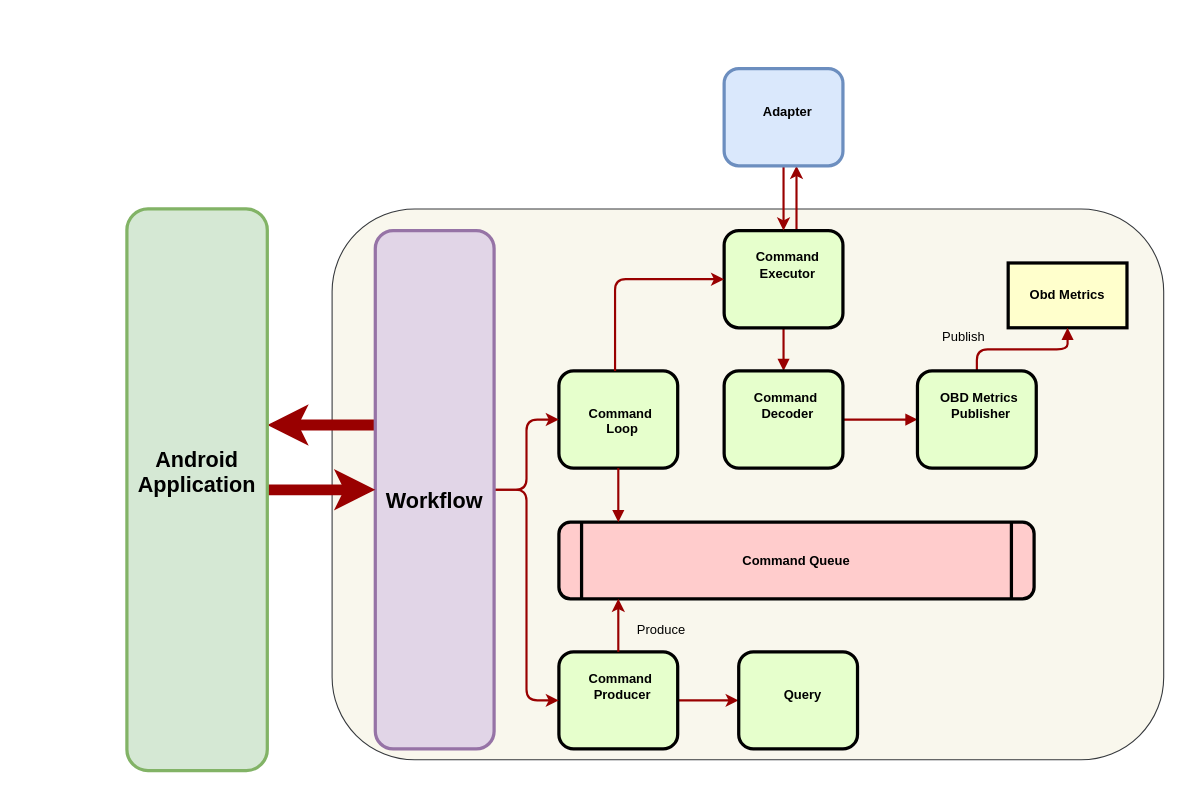
Before: src/main/resources/highlevel.drawio in tzebrowski/ObdMetrics, a draw.io diagram. Source tidied: cells renumbered, new cells numbered last; positions are measured from the earlier drawing's top-left corner, leaving out a move shared by most shapes. Both pictures are drawn from the tidied source at 108%, with x=0, y=0 at pixel (126, 68).
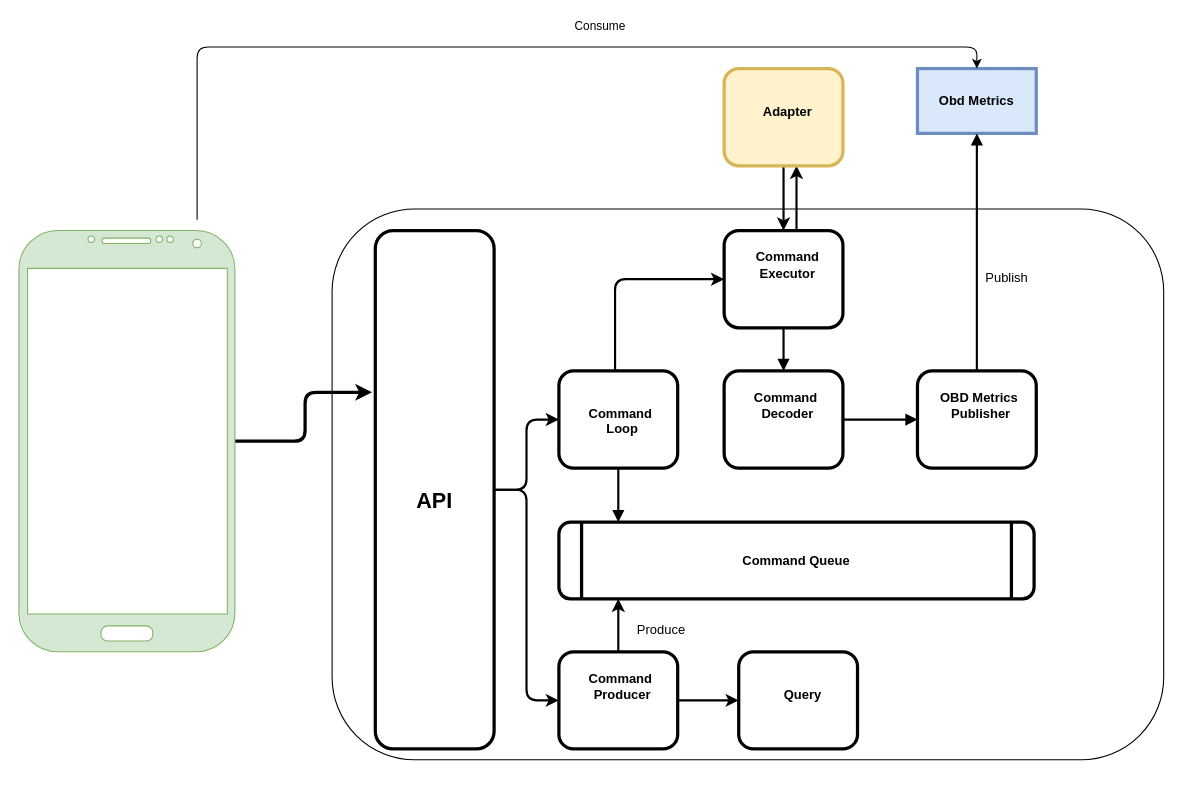
Above is the later version.

Change to the diagram source:
```diff
@@
-<mxGraphModel background="#ffffff">
+<mxGraphModel>
@@
-    <mxCell id="2" style="rounded=1;whiteSpace=wrap;html=1;align=center;fillColor=#f9f7ed;strokeColor=#36393d;" parent="1" vertex="1">
+    <mxCell id="2" style="rounded=1;whiteSpace=wrap;html=1;align=center;" parent="1" vertex="1">
       <mxGeometry x="190" y="130" width="770" height="510" as="geometry" />
     </mxCell>
-    <mxCell id="3" value="Obd Metrics" style="whiteSpace=wrap;align=center;verticalAlign=middle;fontStyle=1;strokeWidth=3;fillColor=#FFFFCC;" parent="1" vertex="1">
-      <mxGeometry x="816" y="180" width="110" height="60" as="geometry" />
+    <mxCell id="3" value="Obd Metrics" style="whiteSpace=wrap;align=center;verticalAlign=middle;fontStyle=1;strokeWidth=3;fillColor=#dae8fc;strokeColor=#6c8ebf;" parent="1" vertex="1">
+      <mxGeometry x="732" width="110" height="60" as="geometry" />
     </mxCell>
-    <mxCell id="4" value="Command Queue" style="shape=process;whiteSpace=wrap;align=center;verticalAlign=middle;size=0.0475;fontStyle=1;strokeWidth=3;fillColor=#FFCCCC;rounded=1;" parent="1" vertex="1">
+    <mxCell id="4" value="Command Queue" style="shape=process;whiteSpace=wrap;align=center;verticalAlign=middle;size=0.0475;fontStyle=1;strokeWidth=3;rounded=1;" parent="1" vertex="1">
       <mxGeometry x="400" y="420" width="440" height="71" as="geometry" />
     </mxCell>
-    <mxCell id="5" value="&lt;p style=&quot;margin: 0px ; margin-top: 4px ; text-align: center ; text-decoration: underline&quot;&gt;&lt;/p&gt;&lt;p style=&quot;margin: 0px ; margin-left: 8px&quot;&gt;&lt;br&gt;&lt;/p&gt;&lt;p style=&quot;margin: 0px ; margin-left: 8px&quot;&gt;&lt;br&gt;&lt;/p&gt;&lt;p style=&quot;margin: 0px ; margin-left: 8px&quot;&gt;Command&amp;nbsp;&lt;/p&gt;&lt;p style=&quot;margin: 0px ; margin-left: 8px&quot;&gt;Loop&lt;/p&gt;" style="verticalAlign=middle;align=center;overflow=fill;fontSize=12;fontFamily=Helvetica;html=1;rounded=1;fontStyle=1;strokeWidth=3;fillColor=#E6FFCC;" parent="1" vertex="1">
+    <mxCell id="5" value="&lt;p style=&quot;margin: 0px ; margin-top: 4px ; text-align: center ; text-decoration: underline&quot;&gt;&lt;/p&gt;&lt;p style=&quot;margin: 0px ; margin-left: 8px&quot;&gt;&lt;br&gt;&lt;/p&gt;&lt;p style=&quot;margin: 0px ; margin-left: 8px&quot;&gt;&lt;br&gt;&lt;/p&gt;&lt;p style=&quot;margin: 0px ; margin-left: 8px&quot;&gt;Command&amp;nbsp;&lt;/p&gt;&lt;p style=&quot;margin: 0px ; margin-left: 8px&quot;&gt;Loop&lt;/p&gt;" style="verticalAlign=middle;align=center;overflow=fill;fontSize=12;fontFamily=Helvetica;html=1;rounded=1;fontStyle=1;strokeWidth=3;" parent="1" vertex="1">
       <mxGeometry x="400" y="280" width="110" height="90" as="geometry" />
     </mxCell>
-    <mxCell id="6" style="edgeStyle=orthogonalEdgeStyle;rounded=1;jettySize=auto;html=1;strokeColor=#990000;strokeWidth=2;" parent="1" edge="1" source="8" target="17">
+    <mxCell id="6" style="edgeStyle=orthogonalEdgeStyle;rounded=1;jettySize=auto;html=1;strokeWidth=2;" parent="1" edge="1" source="8" target="17">
       <mxGeometry relative="1" as="geometry">
         <Array as="points">
           <mxPoint x="620" y="100" />
           <mxPoint x="620" y="100" />
         </Array>
       </mxGeometry>
     </mxCell>
-    <mxCell id="7" style="edgeStyle=orthogonalEdgeStyle;rounded=1;jettySize=auto;html=1;startArrow=none;startFill=0;endArrow=block;endFill=1;strokeColor=#990000;strokeWidth=2;" parent="1" edge="1" source="8" target="15">
+    <mxCell id="7" style="edgeStyle=orthogonalEdgeStyle;rounded=1;jettySize=auto;html=1;startArrow=none;startFill=0;endArrow=block;endFill=1;strokeWidth=2;" parent="1" edge="1" source="8" target="15">
       <mxGeometry relative="1" as="geometry" />
     </mxCell>
-    <mxCell id="8" value="&lt;p style=&quot;margin: 0px ; margin-top: 4px ; text-align: center ; text-decoration: underline&quot;&gt;&lt;/p&gt;&lt;p style=&quot;margin: 0px ; margin-left: 8px&quot;&gt;&lt;br&gt;&lt;/p&gt;&lt;p style=&quot;margin: 0px ; margin-left: 8px&quot;&gt;Command&lt;br&gt;Executor&lt;/p&gt;" style="verticalAlign=middle;align=center;overflow=fill;fontSize=12;fontFamily=Helvetica;html=1;rounded=1;fontStyle=1;strokeWidth=3;fillColor=#E6FFCC;" parent="1" vertex="1">
+    <mxCell id="8" value="&lt;p style=&quot;margin: 0px ; margin-top: 4px ; text-align: center ; text-decoration: underline&quot;&gt;&lt;/p&gt;&lt;p style=&quot;margin: 0px ; margin-left: 8px&quot;&gt;&lt;br&gt;&lt;/p&gt;&lt;p style=&quot;margin: 0px ; margin-left: 8px&quot;&gt;Command&lt;br&gt;Executor&lt;/p&gt;" style="verticalAlign=middle;align=center;overflow=fill;fontSize=12;fontFamily=Helvetica;html=1;rounded=1;fontStyle=1;strokeWidth=3;" parent="1" vertex="1">
       <mxGeometry x="553" y="150" width="110" height="90" as="geometry" />
     </mxCell>
-    <mxCell id="9" style="edgeStyle=orthogonalEdgeStyle;rounded=1;jettySize=auto;html=1;entryX=0;entryY=0.5;entryDx=0;entryDy=0;strokeColor=#990000;strokeWidth=2;" parent="1" edge="1" source="10" target="18">
+    <mxCell id="9" style="edgeStyle=orthogonalEdgeStyle;rounded=1;jettySize=auto;html=1;entryX=0;entryY=0.5;entryDx=0;entryDy=0;strokeWidth=2;" parent="1" edge="1" source="10" target="18">
       <mxGeometry relative="1" as="geometry" />
     </mxCell>
-    <mxCell id="10" value="&lt;p style=&quot;margin: 0px ; margin-top: 4px ; text-align: center ; text-decoration: underline&quot;&gt;&lt;/p&gt;&lt;p style=&quot;margin: 0px ; margin-left: 8px&quot;&gt;&lt;br&gt;&lt;/p&gt;&lt;p style=&quot;margin: 0px ; margin-left: 8px&quot;&gt;&lt;span&gt;Command&amp;nbsp;&lt;/span&gt;&lt;br&gt;&lt;/p&gt;&lt;p style=&quot;margin: 0px ; margin-left: 8px&quot;&gt;Producer&lt;/p&gt;" style="verticalAlign=middle;align=center;overflow=fill;fontSize=12;fontFamily=Helvetica;html=1;rounded=1;fontStyle=1;strokeWidth=3;fillColor=#E6FFCC;" parent="1" vertex="1">
+    <mxCell id="10" value="&lt;p style=&quot;margin: 0px ; margin-top: 4px ; text-align: center ; text-decoration: underline&quot;&gt;&lt;/p&gt;&lt;p style=&quot;margin: 0px ; margin-left: 8px&quot;&gt;&lt;br&gt;&lt;/p&gt;&lt;p style=&quot;margin: 0px ; margin-left: 8px&quot;&gt;&lt;span&gt;Command&amp;nbsp;&lt;/span&gt;&lt;br&gt;&lt;/p&gt;&lt;p style=&quot;margin: 0px ; margin-left: 8px&quot;&gt;Producer&lt;/p&gt;" style="verticalAlign=middle;align=center;overflow=fill;fontSize=12;fontFamily=Helvetica;html=1;rounded=1;fontStyle=1;strokeWidth=3;" parent="1" vertex="1">
       <mxGeometry x="400" y="540" width="110" height="90" as="geometry" />
     </mxCell>
-    <mxCell id="11" style="edgeStyle=elbowEdgeStyle;elbow=horizontal;strokeColor=#990000;strokeWidth=2;entryX=0;entryY=0.5;entryDx=0;entryDy=0;" parent="1" edge="1" source="5" target="8">
+    <mxCell id="11" style="edgeStyle=elbowEdgeStyle;elbow=horizontal;strokeWidth=2;entryX=0;entryY=0.5;entryDx=0;entryDy=0;" parent="1" edge="1" source="5" target="8">
       <mxGeometry relative="1" as="geometry">
         <Array as="points">
           <mxPoint x="452" y="250" />
           <mxPoint x="452" y="230" />
           <mxPoint x="487" y="190" />
         </Array>
       </mxGeometry>
     </mxCell>
-    <mxCell id="12" style="edgeStyle=elbowEdgeStyle;elbow=horizontal;strokeColor=#990000;strokeWidth=2;" parent="1" edge="1" source="10" target="4">
+    <mxCell id="12" style="edgeStyle=elbowEdgeStyle;elbow=horizontal;strokeWidth=2;" parent="1" edge="1" source="10" target="4">
       <mxGeometry relative="1" as="geometry">
         <Array as="points">
           <mxPoint x="455" y="530" />
           <mxPoint x="500" y="540" />
           <mxPoint x="510" y="520" />
         </Array>
       </mxGeometry>
     </mxCell>
@@
-    <mxCell id="14" style="edgeStyle=orthogonalEdgeStyle;rounded=1;jettySize=auto;html=1;startArrow=none;startFill=0;endArrow=block;endFill=1;strokeColor=#990000;strokeWidth=2;fontSize=15;" parent="1" edge="1" source="15" target="24">
+    <mxCell id="14" style="edgeStyle=orthogonalEdgeStyle;rounded=1;jettySize=auto;html=1;startArrow=none;startFill=0;endArrow=block;endFill=1;strokeWidth=2;fontSize=15;" parent="1" edge="1" source="15" target="24">
       <mxGeometry relative="1" as="geometry" />
     </mxCell>
-    <mxCell id="15" value="&lt;p style=&quot;margin: 0px ; margin-top: 4px ; text-align: center ; text-decoration: underline&quot;&gt;&lt;/p&gt;&lt;p style=&quot;margin: 0px ; margin-left: 8px&quot;&gt;&lt;br&gt;&lt;/p&gt;&lt;p style=&quot;margin: 0px ; margin-left: 8px&quot;&gt;Command&amp;nbsp;&lt;br&gt;Decoder&lt;/p&gt;" style="verticalAlign=middle;align=center;overflow=fill;fontSize=12;fontFamily=Helvetica;html=1;rounded=1;fontStyle=1;strokeWidth=3;fillColor=#E6FFCC;" parent="1" vertex="1">
+    <mxCell id="15" value="&lt;p style=&quot;margin: 0px ; margin-top: 4px ; text-align: center ; text-decoration: underline&quot;&gt;&lt;/p&gt;&lt;p style=&quot;margin: 0px ; margin-left: 8px&quot;&gt;&lt;br&gt;&lt;/p&gt;&lt;p style=&quot;margin: 0px ; margin-left: 8px&quot;&gt;Command&amp;nbsp;&lt;br&gt;Decoder&lt;/p&gt;" style="verticalAlign=middle;align=center;overflow=fill;fontSize=12;fontFamily=Helvetica;html=1;rounded=1;fontStyle=1;strokeWidth=3;" parent="1" vertex="1">
       <mxGeometry x="553" y="280" width="110" height="90" as="geometry" />
     </mxCell>
-    <mxCell id="16" style="edgeStyle=orthogonalEdgeStyle;rounded=1;jettySize=auto;html=1;startArrow=none;startFill=0;endArrow=classic;endFill=1;strokeColor=#990000;strokeWidth=2;fontSize=15;" parent="1" edge="1" source="17" target="8">
+    <mxCell id="16" style="edgeStyle=orthogonalEdgeStyle;rounded=1;jettySize=auto;html=1;startArrow=none;startFill=0;endArrow=classic;endFill=1;strokeWidth=2;fontSize=15;" parent="1" edge="1" source="17" target="8">
       <mxGeometry relative="1" as="geometry" />
     </mxCell>
-    <mxCell id="17" value="&lt;p style=&quot;margin: 0px ; margin-top: 4px ; text-align: center ; text-decoration: underline&quot;&gt;&lt;/p&gt;&lt;p style=&quot;margin: 0px ; margin-left: 8px&quot;&gt;&lt;br&gt;&lt;/p&gt;&lt;p style=&quot;margin: 0px ; margin-left: 8px&quot;&gt;&lt;br&gt;&lt;/p&gt;&lt;p style=&quot;margin: 0px ; margin-left: 8px&quot;&gt;Adapter&lt;/p&gt;" style="verticalAlign=middle;align=center;overflow=fill;fontSize=12;fontFamily=Helvetica;html=1;rounded=1;fontStyle=1;strokeWidth=3;fillColor=#dae8fc;strokeColor=#6c8ebf;" parent="1" vertex="1">
+    <mxCell id="17" value="&lt;p style=&quot;margin: 0px ; margin-top: 4px ; text-align: center ; text-decoration: underline&quot;&gt;&lt;/p&gt;&lt;p style=&quot;margin: 0px ; margin-left: 8px&quot;&gt;&lt;br&gt;&lt;/p&gt;&lt;p style=&quot;margin: 0px ; margin-left: 8px&quot;&gt;&lt;br&gt;&lt;/p&gt;&lt;p style=&quot;margin: 0px ; margin-left: 8px&quot;&gt;Adapter&lt;/p&gt;" style="verticalAlign=middle;align=center;overflow=fill;fontSize=12;fontFamily=Helvetica;html=1;rounded=1;fontStyle=1;strokeWidth=3;fillColor=#fff2cc;strokeColor=#d6b656;" parent="1" vertex="1">
       <mxGeometry x="553" width="110" height="90" as="geometry" />
     </mxCell>
-    <mxCell id="18" value="&lt;p style=&quot;margin: 0px ; margin-top: 4px ; text-align: center ; text-decoration: underline&quot;&gt;&lt;/p&gt;&lt;p style=&quot;margin: 0px ; margin-left: 8px&quot;&gt;&lt;br&gt;&lt;/p&gt;&lt;p style=&quot;margin: 0px ; margin-left: 8px&quot;&gt;&lt;br&gt;&lt;/p&gt;&lt;p style=&quot;margin: 0px ; margin-left: 8px&quot;&gt;Query&lt;/p&gt;" style="verticalAlign=middle;align=center;overflow=fill;fontSize=12;fontFamily=Helvetica;html=1;rounded=1;fontStyle=1;strokeWidth=3;fillColor=#E6FFCC;" parent="1" vertex="1">
+    <mxCell id="18" value="&lt;p style=&quot;margin: 0px ; margin-top: 4px ; text-align: center ; text-decoration: underline&quot;&gt;&lt;/p&gt;&lt;p style=&quot;margin: 0px ; margin-left: 8px&quot;&gt;&lt;br&gt;&lt;/p&gt;&lt;p style=&quot;margin: 0px ; margin-left: 8px&quot;&gt;&lt;br&gt;&lt;/p&gt;&lt;p style=&quot;margin: 0px ; margin-left: 8px&quot;&gt;Query&lt;/p&gt;" style="verticalAlign=middle;align=center;overflow=fill;fontSize=12;fontFamily=Helvetica;html=1;rounded=1;fontStyle=1;strokeWidth=3;" parent="1" vertex="1">
       <mxGeometry x="566.5" y="540" width="110" height="90" as="geometry" />
     </mxCell>
-    <mxCell id="19" style="edgeStyle=orthogonalEdgeStyle;rounded=1;jettySize=auto;html=1;startArrow=none;startFill=0;endArrow=classic;endFill=1;strokeColor=#990000;strokeWidth=10;fontSize=15;" parent="1" edge="1" source="22" target="28">
-      <mxGeometry relative="1" as="geometry">
-        <Array as="points">
-          <mxPoint x="170" y="330" />
-          <mxPoint x="170" y="330" />
-        </Array>
-      </mxGeometry>
-    </mxCell>
-    <mxCell id="20" style="edgeStyle=orthogonalEdgeStyle;rounded=1;jettySize=auto;html=1;startArrow=none;startFill=0;endArrow=classic;endFill=1;strokeColor=#990000;strokeWidth=2;fontSize=15;" parent="1" edge="1" source="22" target="10">
+    <mxCell id="20" style="edgeStyle=orthogonalEdgeStyle;rounded=1;jettySize=auto;html=1;startArrow=none;startFill=0;endArrow=classic;endFill=1;strokeWidth=2;fontSize=15;" parent="1" edge="1" source="22" target="10">
       <mxGeometry relative="1" as="geometry" />
     </mxCell>
-    <mxCell id="21" style="edgeStyle=orthogonalEdgeStyle;rounded=1;jettySize=auto;html=1;entryX=0;entryY=0.5;entryDx=0;entryDy=0;startArrow=none;startFill=0;endArrow=classic;endFill=1;strokeColor=#990000;strokeWidth=2;fontSize=15;" parent="1" edge="1" source="22" target="5">
+    <mxCell id="21" style="edgeStyle=orthogonalEdgeStyle;rounded=1;jettySize=auto;html=1;entryX=0;entryY=0.5;entryDx=0;entryDy=0;startArrow=none;startFill=0;endArrow=classic;endFill=1;strokeWidth=2;fontSize=15;" parent="1" edge="1" source="22" target="5">
       <mxGeometry relative="1" as="geometry" />
     </mxCell>
-    <mxCell id="22" value="&lt;p style=&quot;margin: 4px 0px 0px ; text-decoration: underline ; font-size: 15px&quot;&gt;&lt;/p&gt;&lt;br style=&quot;font-size: 15px&quot;&gt;&lt;br style=&quot;font-size: 15px&quot;&gt;&lt;br style=&quot;font-size: 15px&quot;&gt;&lt;br style=&quot;font-size: 15px&quot;&gt;&lt;br style=&quot;font-size: 15px&quot;&gt;&lt;br style=&quot;font-size: 15px&quot;&gt;&lt;br style=&quot;font-size: 15px&quot;&gt;&lt;br style=&quot;font-size: 15px&quot;&gt;&lt;br style=&quot;font-size: 15px&quot;&gt;&lt;br style=&quot;font-size: 15px&quot;&gt;&lt;br style=&quot;font-size: 15px&quot;&gt;&lt;br style=&quot;font-size: 15px&quot;&gt;&lt;br style=&quot;font-size: 15px&quot;&gt;&lt;font style=&quot;font-size: 20px&quot;&gt;Workflow&lt;/font&gt;" style="verticalAlign=bottom;align=center;overflow=fill;fontSize=15;fontFamily=Helvetica;html=1;rounded=1;fontStyle=1;strokeWidth=3;labelPosition=center;verticalLabelPosition=middle;spacingTop=0;fillColor=#e1d5e7;strokeColor=#9673a6;" parent="1" vertex="1">
+    <mxCell id="22" value="&lt;p style=&quot;margin: 4px 0px 0px ; text-decoration: underline ; font-size: 15px&quot;&gt;&lt;/p&gt;&lt;br style=&quot;font-size: 15px&quot;&gt;&lt;br style=&quot;font-size: 15px&quot;&gt;&lt;br style=&quot;font-size: 15px&quot;&gt;&lt;br style=&quot;font-size: 15px&quot;&gt;&lt;br style=&quot;font-size: 15px&quot;&gt;&lt;br style=&quot;font-size: 15px&quot;&gt;&lt;br style=&quot;font-size: 15px&quot;&gt;&lt;br style=&quot;font-size: 15px&quot;&gt;&lt;br style=&quot;font-size: 15px&quot;&gt;&lt;br style=&quot;font-size: 15px&quot;&gt;&lt;br style=&quot;font-size: 15px&quot;&gt;&lt;br style=&quot;font-size: 15px&quot;&gt;&lt;br style=&quot;font-size: 15px&quot;&gt;&lt;font style=&quot;font-size: 20px&quot;&gt;API&lt;/font&gt;" style="verticalAlign=bottom;align=center;overflow=fill;fontSize=15;fontFamily=Helvetica;html=1;rounded=1;fontStyle=1;strokeWidth=3;labelPosition=center;verticalLabelPosition=middle;spacingTop=0;" parent="1" vertex="1">
       <mxGeometry x="230" y="150" width="110" height="480" as="geometry" />
     </mxCell>
-    <mxCell id="23" style="edgeStyle=orthogonalEdgeStyle;rounded=1;jettySize=auto;html=1;startArrow=none;startFill=0;endArrow=block;endFill=1;strokeColor=#990000;strokeWidth=2;fontSize=15;" parent="1" edge="1" source="24" target="3">
+    <mxCell id="23" style="edgeStyle=orthogonalEdgeStyle;rounded=1;jettySize=auto;html=1;startArrow=none;startFill=0;endArrow=block;endFill=1;strokeWidth=2;fontSize=15;" parent="1" edge="1" source="24" target="3">
       <mxGeometry relative="1" as="geometry" />
     </mxCell>
-    <mxCell id="24" value="&lt;p style=&quot;margin: 0px ; margin-top: 4px ; text-align: center ; text-decoration: underline&quot;&gt;&lt;/p&gt;&lt;p style=&quot;margin: 0px ; margin-left: 8px&quot;&gt;&lt;br&gt;&lt;/p&gt;&lt;p style=&quot;margin: 0px ; margin-left: 8px&quot;&gt;OBD Metrics&amp;nbsp;&lt;br&gt;Publisher&lt;/p&gt;" style="verticalAlign=middle;align=center;overflow=fill;fontSize=12;fontFamily=Helvetica;html=1;rounded=1;fontStyle=1;strokeWidth=3;fillColor=#E6FFCC;" parent="1" vertex="1">
+    <mxCell id="24" value="&lt;p style=&quot;margin: 0px ; margin-top: 4px ; text-align: center ; text-decoration: underline&quot;&gt;&lt;/p&gt;&lt;p style=&quot;margin: 0px ; margin-left: 8px&quot;&gt;&lt;br&gt;&lt;/p&gt;&lt;p style=&quot;margin: 0px ; margin-left: 8px&quot;&gt;OBD Metrics&amp;nbsp;&lt;br&gt;Publisher&lt;/p&gt;" style="verticalAlign=middle;align=center;overflow=fill;fontSize=12;fontFamily=Helvetica;html=1;rounded=1;fontStyle=1;strokeWidth=3;" parent="1" vertex="1">
       <mxGeometry x="732" y="280" width="110" height="90" as="geometry" />
     </mxCell>
     <mxCell id="25" value="Publish" style="text;spacingTop=-5;align=center;" parent="1" vertex="1">
-      <mxGeometry x="760" y="240" width="30" height="20" as="geometry" />
+      <mxGeometry x="800" y="185" width="30" height="20" as="geometry" />
     </mxCell>
-    <mxCell id="26" style="edgeStyle=orthogonalEdgeStyle;rounded=1;jettySize=auto;html=1;startArrow=none;startFill=0;endArrow=block;endFill=1;strokeColor=#990000;strokeWidth=2;fontSize=15;" parent="1" edge="1" source="5" target="4">
+    <mxCell id="26" style="edgeStyle=orthogonalEdgeStyle;rounded=1;jettySize=auto;html=1;startArrow=none;startFill=0;endArrow=block;endFill=1;strokeWidth=2;fontSize=15;" parent="1" edge="1" source="5" target="4">
       <mxGeometry relative="1" as="geometry">
         <Array as="points">
           <mxPoint x="455" y="420" />
           <mxPoint x="455" y="420" />
         </Array>
       </mxGeometry>
     </mxCell>
-    <mxCell id="27" style="edgeStyle=orthogonalEdgeStyle;rounded=1;jettySize=auto;html=1;startArrow=none;startFill=0;endArrow=classic;endFill=1;strokeColor=#990000;strokeWidth=10;fontSize=15;" parent="1" edge="1" source="28" target="22">
-      <mxGeometry relative="1" as="geometry">
-        <Array as="points">
-          <mxPoint x="110" y="470" />
-        </Array>
-      </mxGeometry>
-    </mxCell>
-    <mxCell id="28" value="&lt;p style=&quot;margin: 4px 0px 0px ; text-decoration: underline ; font-size: 15px&quot;&gt;&lt;/p&gt;&lt;font style=&quot;font-size: 20px&quot;&gt;&lt;br&gt;&lt;br&gt;&lt;br&gt;&lt;br&gt;&lt;br&gt;&lt;br&gt;&lt;br&gt;&lt;br&gt;&lt;br&gt;Android &lt;br&gt;Application&lt;/font&gt;" style="verticalAlign=bottom;align=center;overflow=fill;fontSize=15;fontFamily=Helvetica;html=1;rounded=1;fontStyle=1;strokeWidth=3;labelPosition=center;verticalLabelPosition=middle;spacingTop=0;fillColor=#d5e8d4;strokeColor=#82b366;" parent="1" vertex="1">
-      <mxGeometry y="130" width="130" height="520" as="geometry" />
-    </mxCell>
+    <mxCell id="29" style="edgeStyle=orthogonalEdgeStyle;curved=0;rounded=1;sketch=0;jettySize=auto;html=1;entryX=0.5;entryY=0;entryDx=0;entryDy=0;" parent="1" edge="1" target="3">
+      <mxGeometry relative="1" as="geometry">
+        <mxPoint x="65" y="140" as="sourcePoint" />
+        <Array as="points">
+          <mxPoint x="65" y="-20" />
+          <mxPoint x="787" y="-20" />
+        </Array>
+      </mxGeometry>
+    </mxCell>
+    <mxCell id="30" value="Consume" style="edgeLabel;html=1;align=center;verticalAlign=middle;" parent="29" vertex="1">
+      <mxGeometry x="0.18" y="-1" relative="1" as="geometry">
+        <mxPoint y="-21" as="offset" />
+      </mxGeometry>
+    </mxCell>
+    <mxCell id="31" style="edgeStyle=orthogonalEdgeStyle;curved=0;rounded=1;sketch=0;jettySize=auto;html=1;entryX=-0.028;entryY=0.312;entryDx=0;entryDy=0;entryPerimeter=0;startArrow=none;startFill=0;endArrow=classic;endFill=1;strokeWidth=3;" parent="1" edge="1" source="32" target="22">
+      <mxGeometry relative="1" as="geometry" />
+    </mxCell>
+    <mxCell id="32" style="verticalLabelPosition=bottom;verticalAlign=top;html=1;shadow=0;dashed=0;strokeWidth=1;shape=mxgraph.android.phone2;strokeColor=#82b366;rounded=0;sketch=0;fillColor=#d5e8d4;" parent="1" vertex="1">
+      <mxGeometry x="-100" y="150" width="200" height="390" as="geometry" />
+    </mxCell>
```
